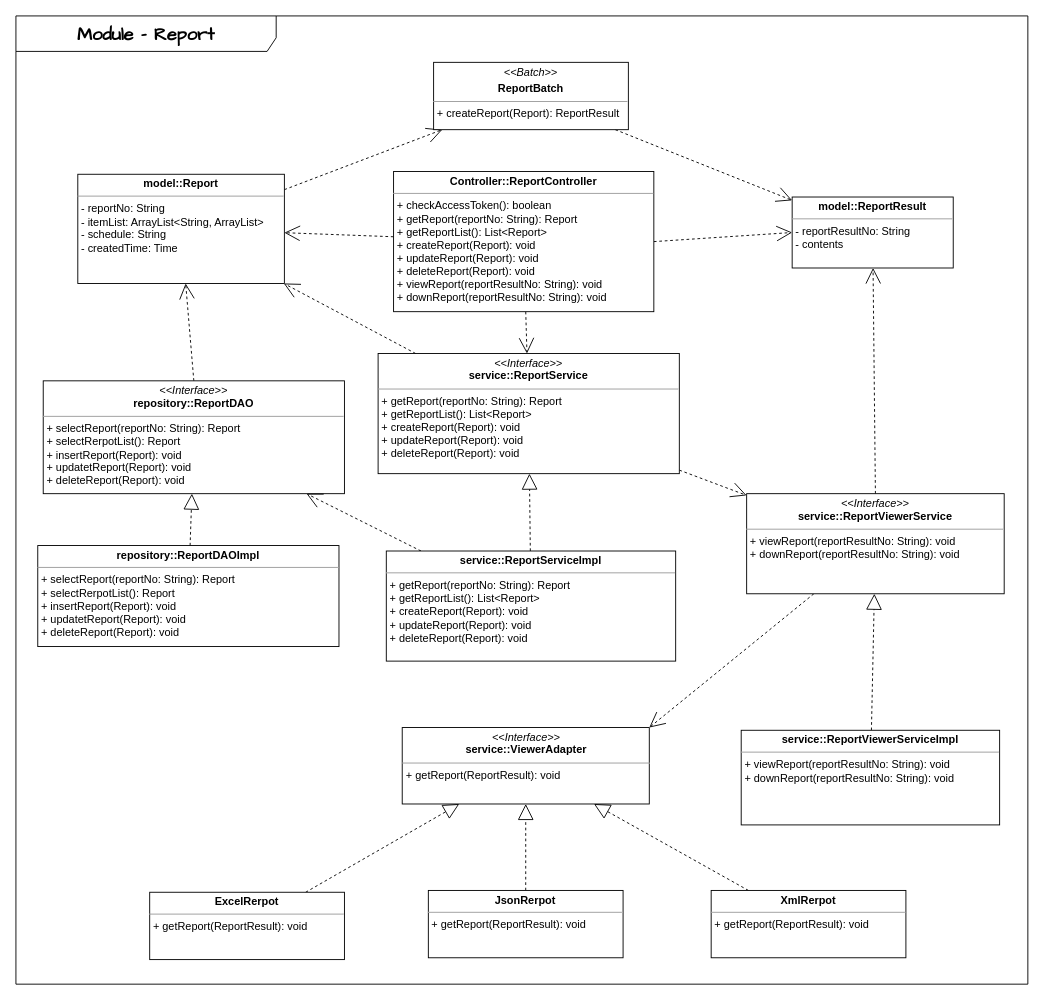
Above: Module/Report.drawio in coldmu/aa_exam (draw.io), before the change. Source tidied: cells renumbered, new cells numbered last; positions are measured from the earlier drawing's top-left corner, leaving out a move shared by most shapes. Both pictures are drawn from the tidied source at 91%, with x=0, y=0 at pixel (15, 15).
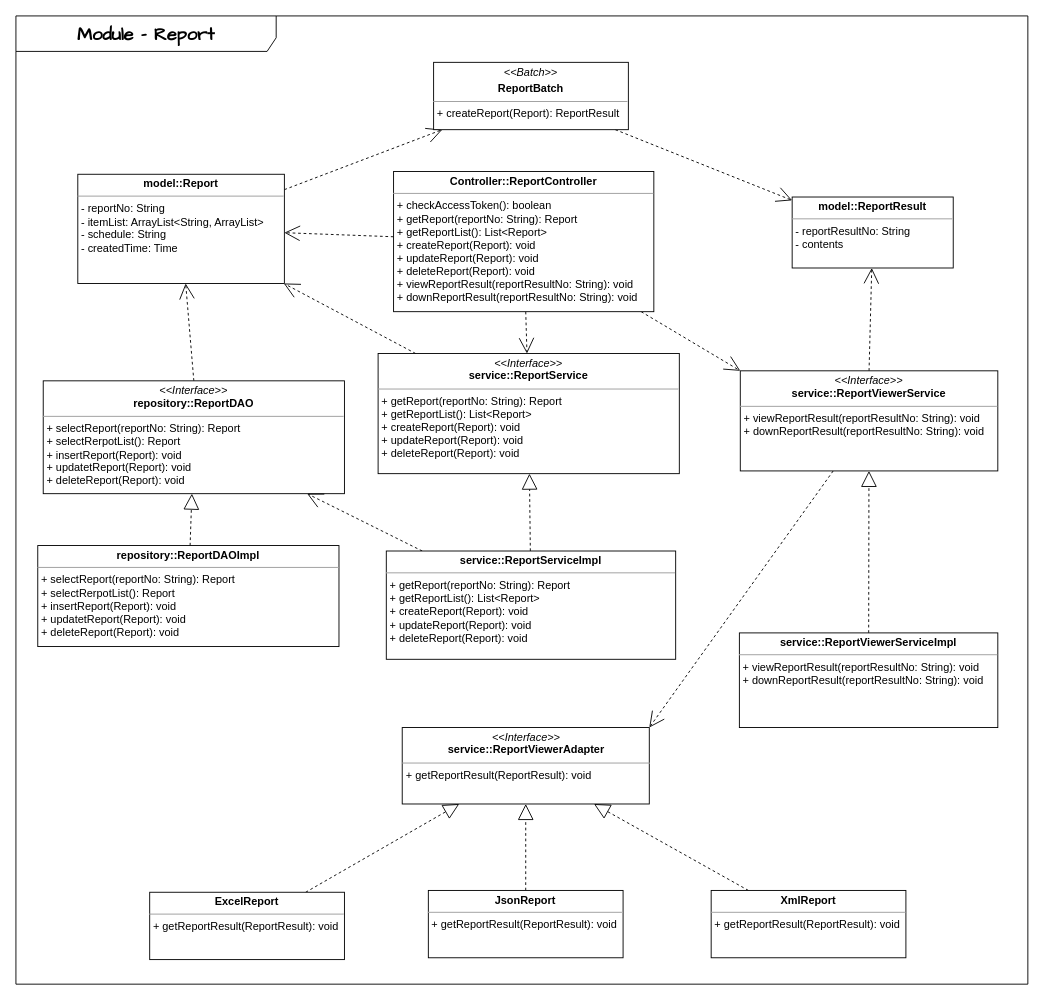
Above is the later version.

The change refers to these unchanged cells:
```xml
<mxCell id="6" value="&lt;p style=&quot;margin:0px;margin-top:4px;text-align:center;&quot;&gt;&lt;i&gt;&amp;lt;&amp;lt;Interface&amp;gt;&amp;gt;&lt;/i&gt;&lt;br&gt;&lt;b style=&quot;background-color: initial;&quot;&gt;service::ReportService&lt;/b&gt;&lt;/p&gt;&lt;p style=&quot;margin:0px;margin-top:4px;text-align:center;&quot;&gt;&lt;/p&gt;&lt;hr size=&quot;1&quot;&gt;&lt;p style=&quot;border-color: var(--border-color); margin: 0px 0px 0px 4px;&quot;&gt;+ getReport(reportNo: String): Report&lt;/p&gt;&lt;p style=&quot;border-color: var(--border-color); margin: 0px 0px 0px 4px;&quot;&gt;+ getReportList(): List&amp;lt;Report&amp;gt;&lt;/p&gt;&lt;p style=&quot;border-color: var(--border-color); margin: 0px 0px 0px 4px;&quot;&gt;+ createReport(Report): void&lt;/p&gt;&lt;p style=&quot;border-color: var(--border-color); margin: 0px 0px 0px 4px;&quot;&gt;+ updateReport(Report): void&lt;br style=&quot;border-color: var(--border-color);&quot;&gt;&lt;/p&gt;&lt;p style=&quot;border-color: var(--border-color); margin: 0px 0px 0px 4px;&quot;&gt;+ deleteReport(Report): void&lt;/p&gt;" style="verticalAlign=top;align=left;overflow=fill;fontSize=12;fontFamily=Helvetica;html=1;whiteSpace=wrap;" parent="1" vertex="1">
  <mxGeometry x="398" y="371" width="331" height="132" as="geometry" />
</mxCell>
<mxCell id="19" value="&lt;p style=&quot;margin:0px;margin-top:4px;text-align:center;&quot;&gt;&lt;b style=&quot;background-color: initial;&quot;&gt;model::ReportResult&lt;/b&gt;&lt;/p&gt;&lt;p style=&quot;margin:0px;margin-top:4px;text-align:center;&quot;&gt;&lt;/p&gt;&lt;hr size=&quot;1&quot;&gt;&lt;p style=&quot;margin:0px;margin-left:4px;&quot;&gt;- reportResultNo: String&lt;/p&gt;&lt;p style=&quot;margin:0px;margin-left:4px;&quot;&gt;- contents&lt;/p&gt;" style="verticalAlign=top;align=left;overflow=fill;fontSize=12;fontFamily=Helvetica;html=1;whiteSpace=wrap;" parent="1" vertex="1">
  <mxGeometry x="853" y="199" width="177" height="78" as="geometry" />
</mxCell>
```

The edit, as a diff of the source:
```diff
@@
-    <mxCell id="5" style="edgeStyle=none;shape=connector;rounded=0;hachureGap=4;jettySize=auto;html=1;dashed=1;labelBackgroundColor=none;strokeColor=default;fontFamily=Architects Daughter;fontSize=16;fontColor=default;endArrow=open;endFill=0;endSize=15;" parent="1" edge="1" source="6" target="22">
-      <mxGeometry relative="1" as="geometry" />
-    </mxCell>
@@
-    <mxCell id="10" style="rounded=0;jettySize=auto;html=1;exitX=1;exitY=0.5;exitDx=0;exitDy=0;entryX=0;entryY=0.5;entryDx=0;entryDy=0;dashed=1;labelBackgroundColor=none;endArrow=open;fontSize=16;fontFamily=Architects Daughter;hachureGap=4;endFill=0;endSize=15;" parent="1" edge="1" source="11" target="19">
-      <mxGeometry relative="1" as="geometry" />
-    </mxCell>
+    <mxCell id="34" style="edgeStyle=none;shape=connector;rounded=0;hachureGap=4;jettySize=auto;html=1;dashed=1;labelBackgroundColor=none;strokeColor=default;fontFamily=Architects Daughter;fontSize=16;fontColor=default;endArrow=open;endFill=0;endSize=15;entryX=0;entryY=0;entryDx=0;entryDy=0;" parent="1" edge="1" source="11" target="22">
+      <mxGeometry relative="1" as="geometry" />
+    </mxCell>
-    <mxCell id="11" value="&lt;p style=&quot;margin:0px;margin-top:4px;text-align:center;&quot;&gt;&lt;b style=&quot;background-color: initial;&quot;&gt;Controller::ReportController&lt;/b&gt;&lt;/p&gt;&lt;p style=&quot;margin:0px;margin-top:4px;text-align:center;&quot;&gt;&lt;/p&gt;&lt;hr size=&quot;1&quot;&gt;&lt;p style=&quot;margin:0px;margin-left:4px;&quot;&gt;+ checkAccessToken(): boolean&lt;/p&gt;&lt;p style=&quot;margin:0px;margin-left:4px;&quot;&gt;+ getReport(reportNo: String): Report&lt;/p&gt;&lt;p style=&quot;margin:0px;margin-left:4px;&quot;&gt;+ getReportList(): List&amp;lt;Report&amp;gt;&lt;/p&gt;&lt;p style=&quot;margin:0px;margin-left:4px;&quot;&gt;+ createReport(Report): void&lt;/p&gt;&lt;p style=&quot;margin:0px;margin-left:4px;&quot;&gt;+ updateReport(Report): void&lt;br&gt;&lt;/p&gt;&lt;p style=&quot;margin:0px;margin-left:4px;&quot;&gt;+ deleteReport(Report): void&lt;br&gt;&lt;/p&gt;&lt;p style=&quot;margin:0px;margin-left:4px;&quot;&gt;+ viewReport(reportResultNo: String): void&lt;/p&gt;&lt;p style=&quot;margin:0px;margin-left:4px;&quot;&gt;+ downReport(reportResultNo: String): void&lt;/p&gt;" style="verticalAlign=top;align=left;overflow=fill;fontSize=12;fontFamily=Helvetica;html=1;whiteSpace=wrap;" parent="1" vertex="1">
+    <mxCell id="11" value="&lt;p style=&quot;margin:0px;margin-top:4px;text-align:center;&quot;&gt;&lt;b style=&quot;background-color: initial;&quot;&gt;Controller::ReportController&lt;/b&gt;&lt;/p&gt;&lt;p style=&quot;margin:0px;margin-top:4px;text-align:center;&quot;&gt;&lt;/p&gt;&lt;hr size=&quot;1&quot;&gt;&lt;p style=&quot;margin:0px;margin-left:4px;&quot;&gt;+ checkAccessToken(): boolean&lt;/p&gt;&lt;p style=&quot;margin:0px;margin-left:4px;&quot;&gt;+ getReport(reportNo: String): Report&lt;/p&gt;&lt;p style=&quot;margin:0px;margin-left:4px;&quot;&gt;+ getReportList(): List&amp;lt;Report&amp;gt;&lt;/p&gt;&lt;p style=&quot;margin:0px;margin-left:4px;&quot;&gt;+ createReport(Report): void&lt;/p&gt;&lt;p style=&quot;margin:0px;margin-left:4px;&quot;&gt;+ updateReport(Report): void&lt;br&gt;&lt;/p&gt;&lt;p style=&quot;margin:0px;margin-left:4px;&quot;&gt;+ deleteReport(Report): void&lt;br&gt;&lt;/p&gt;&lt;p style=&quot;margin:0px;margin-left:4px;&quot;&gt;+ viewReportResult(reportResultNo: String): void&lt;/p&gt;&lt;p style=&quot;margin:0px;margin-left:4px;&quot;&gt;+ downReportResult(reportResultNo: String): void&lt;/p&gt;" style="verticalAlign=top;align=left;overflow=fill;fontSize=12;fontFamily=Helvetica;html=1;whiteSpace=wrap;" parent="1" vertex="1">
       <mxGeometry x="415" y="171" width="286" height="154" as="geometry" />
     </mxCell>
@@
     <mxCell id="14" value="&lt;p style=&quot;margin:0px;margin-top:4px;text-align:center;&quot;&gt;&lt;b style=&quot;background-color: initial;&quot;&gt;service::ReportServiceImpl&lt;/b&gt;&lt;/p&gt;&lt;p style=&quot;margin:0px;margin-top:4px;text-align:center;&quot;&gt;&lt;/p&gt;&lt;hr size=&quot;1&quot;&gt;&lt;p style=&quot;border-color: var(--border-color); margin: 0px 0px 0px 4px;&quot;&gt;+ getReport(reportNo: String): Report&lt;/p&gt;&lt;p style=&quot;border-color: var(--border-color); margin: 0px 0px 0px 4px;&quot;&gt;+ getReportList(): List&amp;lt;Report&amp;gt;&lt;/p&gt;&lt;p style=&quot;border-color: var(--border-color); margin: 0px 0px 0px 4px;&quot;&gt;+ createReport(Report): void&lt;/p&gt;&lt;p style=&quot;border-color: var(--border-color); margin: 0px 0px 0px 4px;&quot;&gt;+ updateReport(Report): void&lt;br style=&quot;border-color: var(--border-color);&quot;&gt;&lt;/p&gt;&lt;p style=&quot;border-color: var(--border-color); margin: 0px 0px 0px 4px;&quot;&gt;+ deleteReport(Report): void&lt;/p&gt;" style="verticalAlign=top;align=left;overflow=fill;fontSize=12;fontFamily=Helvetica;html=1;whiteSpace=wrap;" parent="1" vertex="1">
-      <mxGeometry x="407" y="588" width="318" height="121" as="geometry" />
+      <mxGeometry x="407" y="588" width="318" height="119" as="geometry" />
     </mxCell>
@@
-    <mxCell id="22" value="&lt;p style=&quot;margin:0px;margin-top:4px;text-align:center;&quot;&gt;&lt;i&gt;&amp;lt;&amp;lt;Interface&amp;gt;&amp;gt;&lt;/i&gt;&lt;br&gt;&lt;b style=&quot;background-color: initial;&quot;&gt;service::ReportViewerService&lt;/b&gt;&lt;/p&gt;&lt;p style=&quot;margin:0px;margin-top:4px;text-align:center;&quot;&gt;&lt;/p&gt;&lt;hr size=&quot;1&quot;&gt;&lt;p style=&quot;border-color: var(--border-color); margin: 0px 0px 0px 4px;&quot;&gt;+ viewReport(reportResultNo: String): void&lt;/p&gt;&lt;p style=&quot;border-color: var(--border-color); margin: 0px 0px 0px 4px;&quot;&gt;+ downReport(reportResultNo: String): void&lt;/p&gt;" style="verticalAlign=top;align=left;overflow=fill;fontSize=12;fontFamily=Helvetica;html=1;whiteSpace=wrap;" parent="1" vertex="1">
-      <mxGeometry x="803" y="525" width="283" height="110" as="geometry" />
+    <mxCell id="22" value="&lt;p style=&quot;margin:0px;margin-top:4px;text-align:center;&quot;&gt;&lt;i&gt;&amp;lt;&amp;lt;Interface&amp;gt;&amp;gt;&lt;/i&gt;&lt;br&gt;&lt;b style=&quot;background-color: initial;&quot;&gt;service::ReportViewerService&lt;/b&gt;&lt;/p&gt;&lt;p style=&quot;margin:0px;margin-top:4px;text-align:center;&quot;&gt;&lt;/p&gt;&lt;hr size=&quot;1&quot;&gt;&lt;p style=&quot;border-color: var(--border-color); margin: 0px 0px 0px 4px;&quot;&gt;+ viewReportResult(reportResultNo: String): void&lt;/p&gt;&lt;p style=&quot;border-color: var(--border-color); margin: 0px 0px 0px 4px;&quot;&gt;+ downReportResult(reportResultNo: String): void&lt;/p&gt;" style="verticalAlign=top;align=left;overflow=fill;fontSize=12;fontFamily=Helvetica;html=1;whiteSpace=wrap;" parent="1" vertex="1">
+      <mxGeometry x="796" y="390" width="283" height="110" as="geometry" />
     </mxCell>
@@
-    <mxCell id="24" value="&lt;p style=&quot;margin:0px;margin-top:4px;text-align:center;&quot;&gt;&lt;b style=&quot;background-color: initial;&quot;&gt;service::ReportViewerServiceImpl&lt;/b&gt;&lt;/p&gt;&lt;p style=&quot;margin:0px;margin-top:4px;text-align:center;&quot;&gt;&lt;/p&gt;&lt;hr size=&quot;1&quot;&gt;&lt;p style=&quot;border-color: var(--border-color); margin: 0px 0px 0px 4px;&quot;&gt;+ viewReport(reportResultNo: String): void&lt;/p&gt;&lt;p style=&quot;border-color: var(--border-color); margin: 0px 0px 0px 4px;&quot;&gt;+ downReport(reportResultNo: String): void&lt;/p&gt;" style="verticalAlign=top;align=left;overflow=fill;fontSize=12;fontFamily=Helvetica;html=1;whiteSpace=wrap;" parent="1" vertex="1">
-      <mxGeometry x="797" y="785" width="284" height="104" as="geometry" />
+    <mxCell id="24" value="&lt;p style=&quot;margin:0px;margin-top:4px;text-align:center;&quot;&gt;&lt;b style=&quot;background-color: initial;&quot;&gt;service::ReportViewerServiceImpl&lt;/b&gt;&lt;/p&gt;&lt;p style=&quot;margin:0px;margin-top:4px;text-align:center;&quot;&gt;&lt;/p&gt;&lt;hr size=&quot;1&quot;&gt;&lt;p style=&quot;border-color: var(--border-color); margin: 0px 0px 0px 4px;&quot;&gt;+ viewReportResult(reportResultNo: String): void&lt;/p&gt;&lt;p style=&quot;border-color: var(--border-color); margin: 0px 0px 0px 4px;&quot;&gt;+ downReportResult(reportResultNo: String): void&lt;/p&gt;" style="verticalAlign=top;align=left;overflow=fill;fontSize=12;fontFamily=Helvetica;html=1;whiteSpace=wrap;" parent="1" vertex="1">
+      <mxGeometry x="795" y="678" width="284" height="104" as="geometry" />
     </mxCell>
-    <mxCell id="25" value="&lt;p style=&quot;margin:0px;margin-top:4px;text-align:center;&quot;&gt;&lt;i&gt;&amp;lt;&amp;lt;Interface&amp;gt;&amp;gt;&lt;/i&gt;&lt;br&gt;&lt;b style=&quot;background-color: initial;&quot;&gt;service::ViewerAdapter&lt;/b&gt;&lt;/p&gt;&lt;p style=&quot;margin:0px;margin-top:4px;text-align:center;&quot;&gt;&lt;/p&gt;&lt;hr size=&quot;1&quot;&gt;&lt;p style=&quot;border-color: var(--border-color); margin: 0px 0px 0px 4px;&quot;&gt;+ getReport(ReportResult): void&lt;/p&gt;&lt;p style=&quot;border-color: var(--border-color); margin: 0px 0px 0px 4px;&quot;&gt;&lt;br&gt;&lt;/p&gt;" style="verticalAlign=top;align=left;overflow=fill;fontSize=12;fontFamily=Helvetica;html=1;whiteSpace=wrap;" parent="1" vertex="1">
+    <mxCell id="25" value="&lt;p style=&quot;margin:0px;margin-top:4px;text-align:center;&quot;&gt;&lt;i&gt;&amp;lt;&amp;lt;Interface&amp;gt;&amp;gt;&lt;/i&gt;&lt;br&gt;&lt;b style=&quot;background-color: initial;&quot;&gt;service::ReportViewerAdapter&lt;/b&gt;&lt;/p&gt;&lt;p style=&quot;margin:0px;margin-top:4px;text-align:center;&quot;&gt;&lt;/p&gt;&lt;hr size=&quot;1&quot;&gt;&lt;p style=&quot;border-color: var(--border-color); margin: 0px 0px 0px 4px;&quot;&gt;+ getReportResult(ReportResult): void&lt;/p&gt;" style="verticalAlign=top;align=left;overflow=fill;fontSize=12;fontFamily=Helvetica;html=1;whiteSpace=wrap;" parent="1" vertex="1">
       <mxGeometry x="424.5" y="782" width="271.5" height="84" as="geometry" />
     </mxCell>
@@
-    <mxCell id="27" value="&lt;p style=&quot;margin:0px;margin-top:4px;text-align:center;&quot;&gt;&lt;b&gt;ExcelRerpot&lt;/b&gt;&lt;/p&gt;&lt;p style=&quot;margin:0px;margin-top:4px;text-align:center;&quot;&gt;&lt;/p&gt;&lt;hr size=&quot;1&quot;&gt;&lt;p style=&quot;border-color: var(--border-color); margin: 0px 0px 0px 4px;&quot;&gt;+ getReport(ReportResult): void&lt;/p&gt;&lt;p style=&quot;border-color: var(--border-color); margin: 0px 0px 0px 4px;&quot;&gt;&lt;br&gt;&lt;/p&gt;" style="verticalAlign=top;align=left;overflow=fill;fontSize=12;fontFamily=Helvetica;html=1;whiteSpace=wrap;" parent="1" vertex="1">
+    <mxCell id="27" value="&lt;p style=&quot;margin:0px;margin-top:4px;text-align:center;&quot;&gt;&lt;b&gt;ExcelReport&lt;/b&gt;&lt;/p&gt;&lt;p style=&quot;margin:0px;margin-top:4px;text-align:center;&quot;&gt;&lt;/p&gt;&lt;hr size=&quot;1&quot;&gt;&lt;p style=&quot;border-color: var(--border-color); margin: 0px 0px 0px 4px;&quot;&gt;+ getReportResult(ReportResult): void&lt;br&gt;&lt;/p&gt;" style="verticalAlign=top;align=left;overflow=fill;fontSize=12;fontFamily=Helvetica;html=1;whiteSpace=wrap;" parent="1" vertex="1">
       <mxGeometry x="147" y="963" width="214" height="74" as="geometry" />
     </mxCell>
@@
-    <mxCell id="29" value="&lt;p style=&quot;margin:0px;margin-top:4px;text-align:center;&quot;&gt;&lt;b&gt;JsonRerpot&lt;/b&gt;&lt;/p&gt;&lt;p style=&quot;margin:0px;margin-top:4px;text-align:center;&quot;&gt;&lt;/p&gt;&lt;hr size=&quot;1&quot;&gt;&lt;p style=&quot;border-color: var(--border-color); margin: 0px 0px 0px 4px;&quot;&gt;+ getReport(ReportResult): void&lt;/p&gt;&lt;p style=&quot;border-color: var(--border-color); margin: 0px 0px 0px 4px;&quot;&gt;&lt;br&gt;&lt;/p&gt;" style="verticalAlign=top;align=left;overflow=fill;fontSize=12;fontFamily=Helvetica;html=1;whiteSpace=wrap;" parent="1" vertex="1">
+    <mxCell id="29" value="&lt;p style=&quot;margin:0px;margin-top:4px;text-align:center;&quot;&gt;&lt;b&gt;JsonReport&lt;/b&gt;&lt;/p&gt;&lt;p style=&quot;margin:0px;margin-top:4px;text-align:center;&quot;&gt;&lt;/p&gt;&lt;hr size=&quot;1&quot;&gt;&lt;p style=&quot;border-color: var(--border-color); margin: 0px 0px 0px 4px;&quot;&gt;+ getReportResult(ReportResult): void&lt;br&gt;&lt;/p&gt;" style="verticalAlign=top;align=left;overflow=fill;fontSize=12;fontFamily=Helvetica;html=1;whiteSpace=wrap;" parent="1" vertex="1">
       <mxGeometry x="453.2" y="961" width="214" height="74" as="geometry" />
     </mxCell>
@@
-    <mxCell id="31" value="&lt;p style=&quot;margin:0px;margin-top:4px;text-align:center;&quot;&gt;&lt;b&gt;XmlRerpot&lt;/b&gt;&lt;/p&gt;&lt;p style=&quot;margin:0px;margin-top:4px;text-align:center;&quot;&gt;&lt;/p&gt;&lt;hr size=&quot;1&quot;&gt;&lt;p style=&quot;border-color: var(--border-color); margin: 0px 0px 0px 4px;&quot;&gt;+ getReport(ReportResult): void&lt;/p&gt;&lt;p style=&quot;border-color: var(--border-color); margin: 0px 0px 0px 4px;&quot;&gt;&lt;br&gt;&lt;/p&gt;" style="verticalAlign=top;align=left;overflow=fill;fontSize=12;fontFamily=Helvetica;html=1;whiteSpace=wrap;" parent="1" vertex="1">
+    <mxCell id="31" value="&lt;p style=&quot;margin:0px;margin-top:4px;text-align:center;&quot;&gt;&lt;b&gt;XmlReport&lt;/b&gt;&lt;/p&gt;&lt;p style=&quot;margin:0px;margin-top:4px;text-align:center;&quot;&gt;&lt;/p&gt;&lt;hr size=&quot;1&quot;&gt;&lt;p style=&quot;border-color: var(--border-color); margin: 0px 0px 0px 4px;&quot;&gt;+ getReportResult(ReportResult): void&lt;br&gt;&lt;/p&gt;" style="verticalAlign=top;align=left;overflow=fill;fontSize=12;fontFamily=Helvetica;html=1;whiteSpace=wrap;" parent="1" vertex="1">
       <mxGeometry x="764" y="961" width="214" height="74" as="geometry" />
     </mxCell>
```
